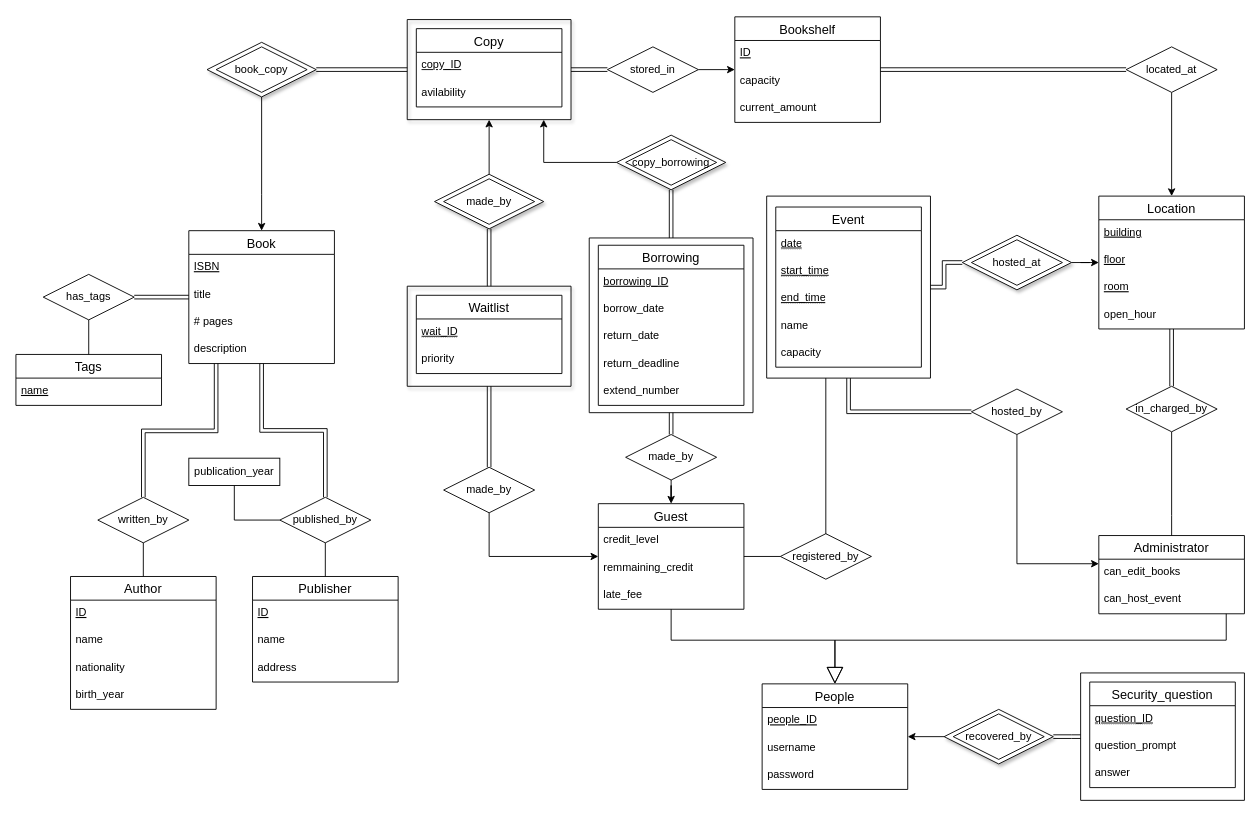
Above: schema/er_diagram/ER_diagram_draft.drawio in Kassaking7/eLibraryManagementSystem (draw.io), before the change. Source tidied: cells renumbered, new cells numbered last; positions are measured from the earlier drawing's top-left corner, leaving out a move shared by most shapes. Both pictures are drawn from the tidied source at 91%, with x=0, y=0 at pixel (15, 16).
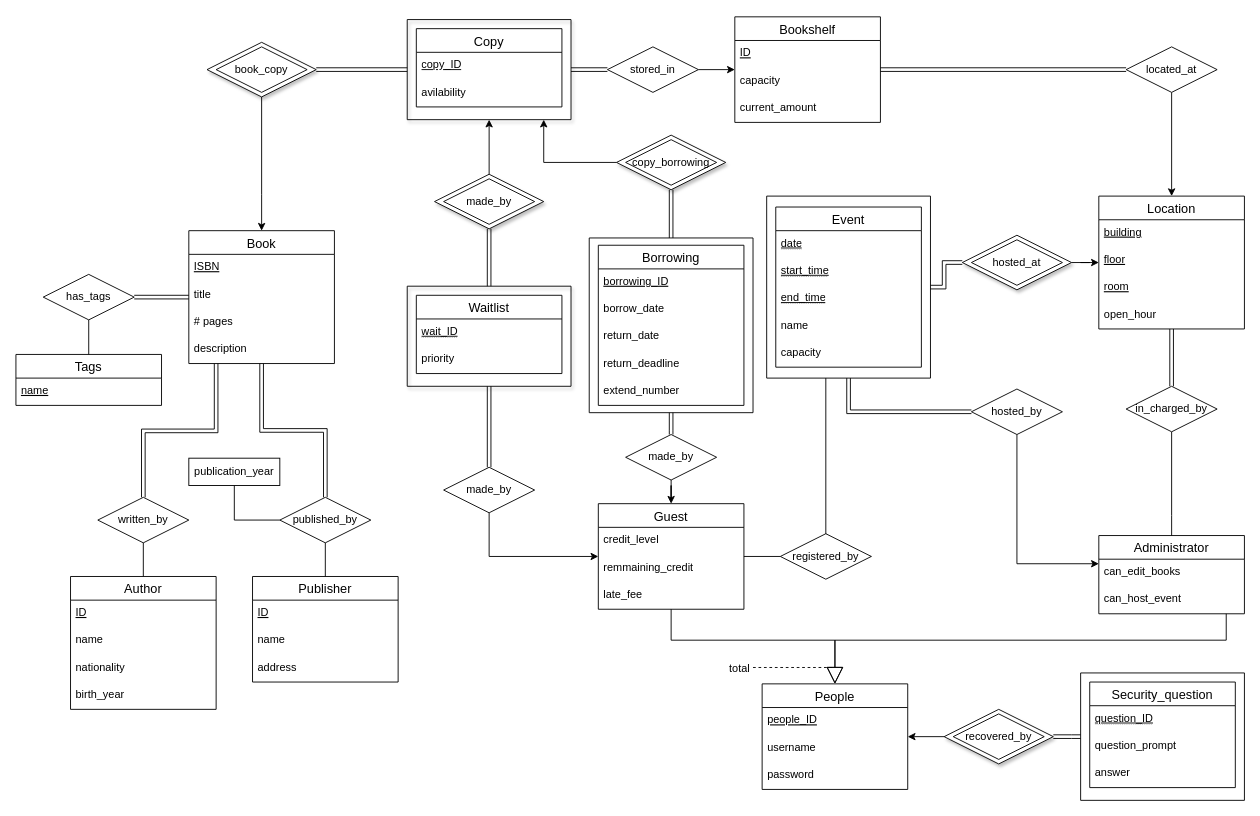
The same diagram, later.

Commit message (it also covers changes not shown here):
Update 2023-02-15 ER diagram add total relation on generalization

What changed in the source:
```diff
@@
+    <mxCell id="119" style="endArrow=none;dashed=1;html=1;rounded=0;" parent="1" edge="1">
+      <mxGeometry relative="1" as="geometry">
+        <mxPoint x="810" y="715" as="sourcePoint" />
+        <mxPoint x="900" y="715" as="targetPoint" />
+      </mxGeometry>
+    </mxCell>
+    <mxCell id="120" value="total" style="text;html=1;align=center;verticalAlign=middle;strokeColor=none;fillColor=none;" parent="1" vertex="1">
+      <mxGeometry x="770" y="701" width="50" height="30" as="geometry" />
+    </mxCell>
```
